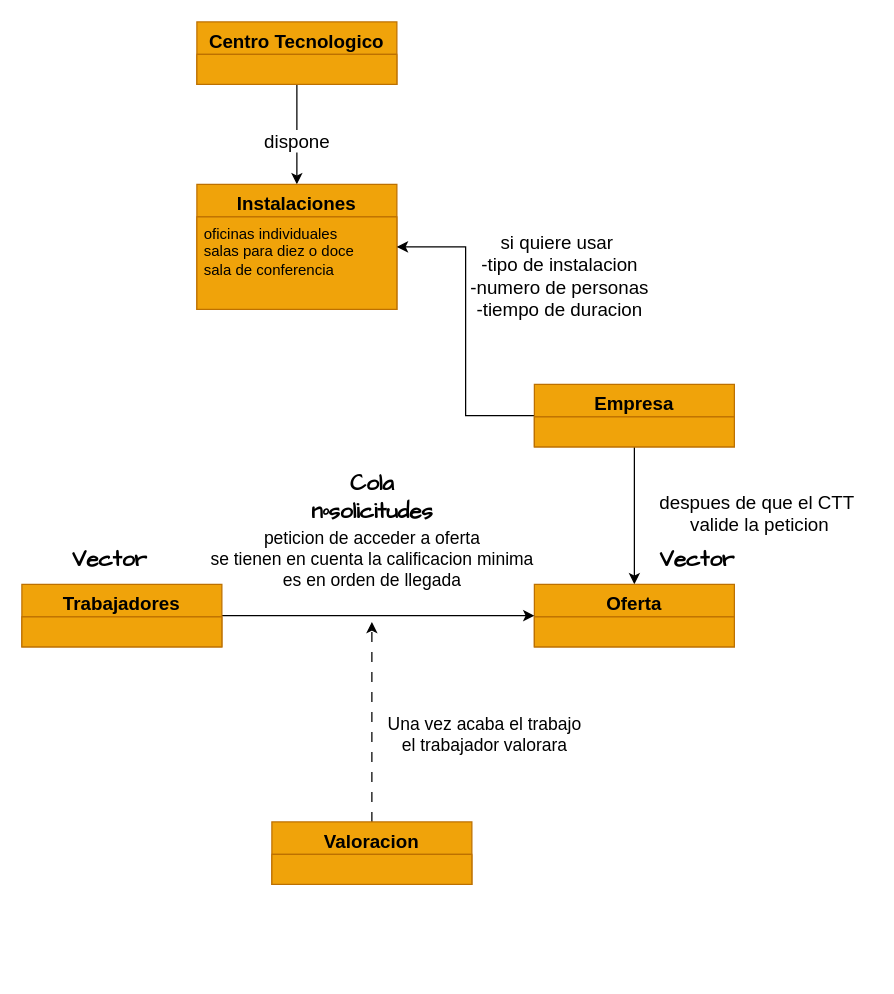
Above: EstructuraDatos.drawio in ryloq1/DBD (draw.io), before the change. Source tidied: cells renumbered, new cells numbered last; positions are measured from the earlier drawing's top-left corner, leaving out a move shared by most shapes. Both pictures are drawn from the tidied source at 125%, with x=0, y=0 at pixel (21, 21).
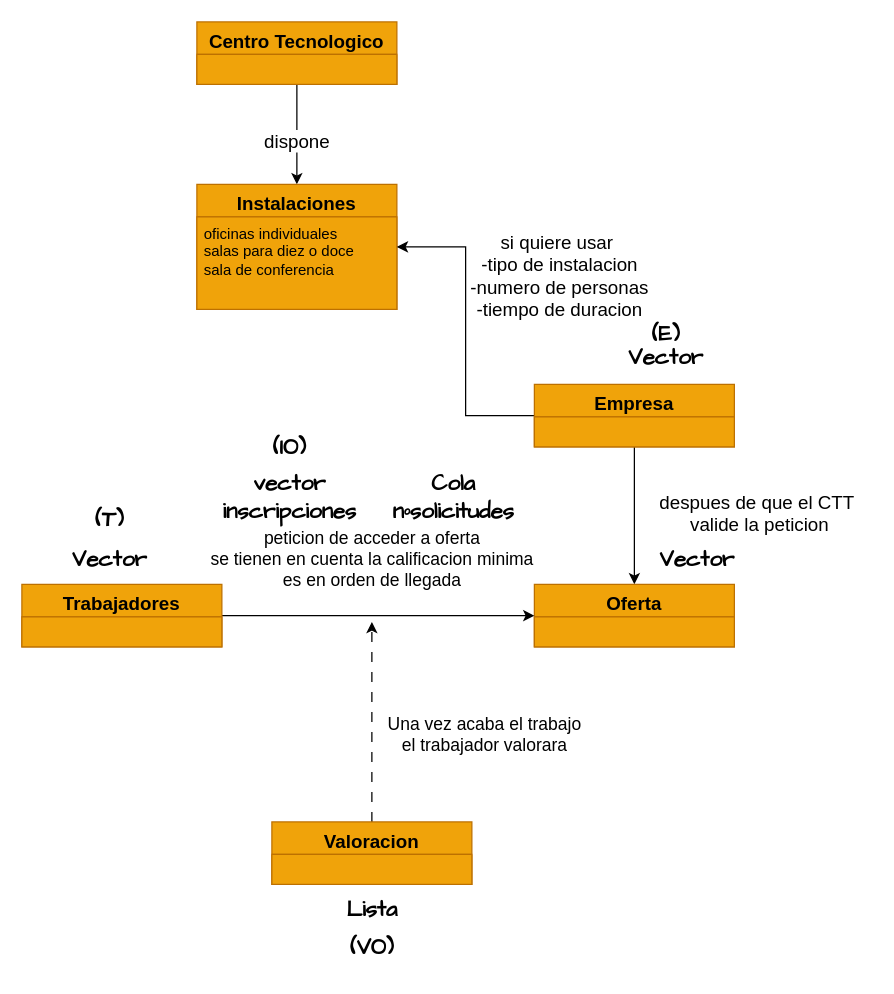
After the change.

What changed in the source:
```diff
@@
     <mxCell id="26" value="&lt;font face=&quot;Comic Sans MS&quot; style=&quot;font-size: 18px;&quot;&gt;&lt;b&gt;Cola&lt;br&gt;nºsolicitudes&lt;br&gt;&lt;/b&gt;&lt;/font&gt;" style="text;html=1;align=center;verticalAlign=middle;strokeColor=none;fillColor=none;" parent="1" vertex="1">
-      <mxGeometry x="215" y="350" width="130" height="60" as="geometry" />
+      <mxGeometry x="280" y="350" width="130" height="60" as="geometry" />
     </mxCell>
+    <mxCell id="27" value="&lt;font face=&quot;Comic Sans MS&quot; style=&quot;font-size: 18px;&quot;&gt;&lt;b&gt;Vector&lt;/b&gt;&lt;/font&gt;" style="text;html=1;align=center;verticalAlign=middle;strokeColor=none;fillColor=none;" parent="1" vertex="1">
+      <mxGeometry x="475" y="248" width="80" height="40" as="geometry" />
+    </mxCell>
+    <mxCell id="28" value="&lt;font face=&quot;Comic Sans MS&quot; style=&quot;font-size: 18px;&quot;&gt;&lt;b&gt;Lista&lt;/b&gt;&lt;/font&gt;" style="text;html=1;align=center;verticalAlign=middle;strokeColor=none;fillColor=none;" parent="1" vertex="1">
+      <mxGeometry x="245" y="690" width="70" height="40" as="geometry" />
+    </mxCell>
+    <mxCell id="29" value="&lt;font face=&quot;Comic Sans MS&quot; style=&quot;font-size: 18px;&quot;&gt;&lt;b&gt;vector&lt;br&gt;inscripciones&lt;br&gt;&lt;/b&gt;&lt;/font&gt;" style="text;html=1;align=center;verticalAlign=middle;strokeColor=none;fillColor=none;" parent="1" vertex="1">
+      <mxGeometry x="149" y="350" width="130" height="60" as="geometry" />
+    </mxCell>
+    <mxCell id="30" value="&lt;font face=&quot;Comic Sans MS&quot; style=&quot;font-size: 18px;&quot;&gt;&lt;b&gt;(T)&lt;/b&gt;&lt;/font&gt;" style="text;html=1;align=center;verticalAlign=middle;strokeColor=none;fillColor=none;" parent="1" vertex="1">
+      <mxGeometry x="45" y="378" width="50" height="40" as="geometry" />
+    </mxCell>
+    <mxCell id="31" value="&lt;font face=&quot;Comic Sans MS&quot; style=&quot;font-size: 18px;&quot;&gt;&lt;b&gt;(IO)&lt;/b&gt;&lt;/font&gt;" style="text;html=1;align=center;verticalAlign=middle;strokeColor=none;fillColor=none;" parent="1" vertex="1">
+      <mxGeometry x="184" y="320" width="60" height="40" as="geometry" />
+    </mxCell>
+    <mxCell id="32" value="&lt;font face=&quot;Comic Sans MS&quot; style=&quot;font-size: 18px;&quot;&gt;&lt;b&gt;(VO)&lt;/b&gt;&lt;/font&gt;" style="text;html=1;align=center;verticalAlign=middle;strokeColor=none;fillColor=none;" parent="1" vertex="1">
+      <mxGeometry x="250" y="720" width="60" height="40" as="geometry" />
+    </mxCell>
+    <mxCell id="33" value="&lt;font face=&quot;Comic Sans MS&quot;&gt;&lt;span style=&quot;font-size: 18px;&quot;&gt;&lt;b&gt;(E)&lt;/b&gt;&lt;/span&gt;&lt;/font&gt;" style="text;html=1;align=center;verticalAlign=middle;strokeColor=none;fillColor=none;" parent="1" vertex="1">
+      <mxGeometry x="490" y="230" width="50" height="40" as="geometry" />
+    </mxCell>
```
